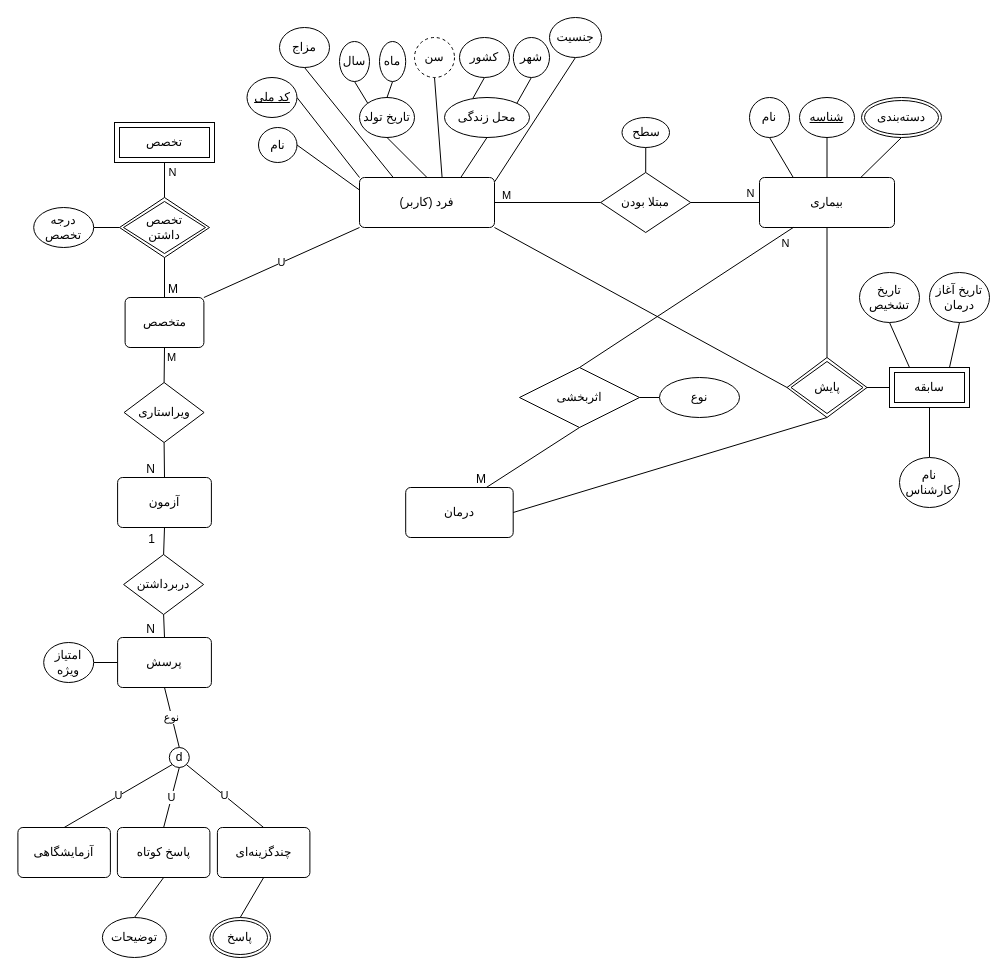
Before: diagrams/eer.drawio in machitgarha/darmana, a draw.io diagram. Source tidied: cells renumbered, new cells numbered last; positions are measured from the earlier drawing's top-left corner, leaving out a move shared by most shapes. Both pictures are drawn from the tidied source at 100%, with x=0, y=0 at pixel (17, 17).
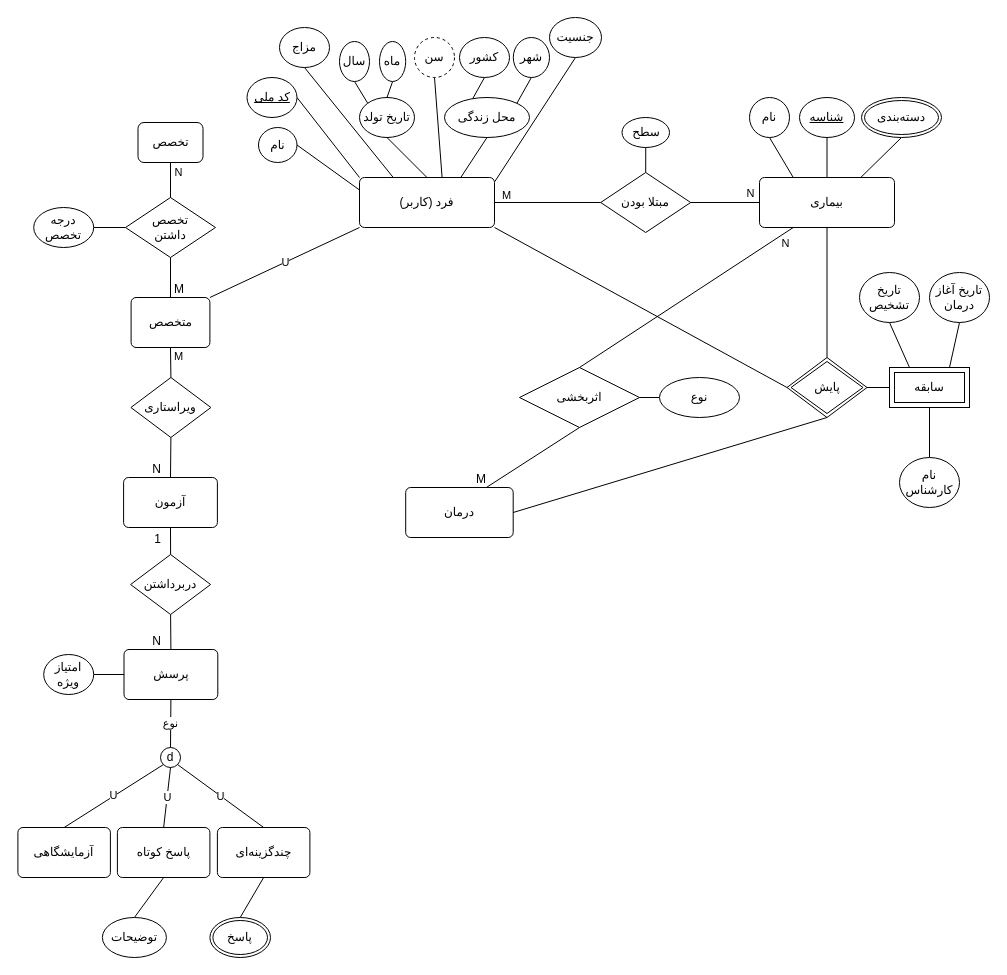
After the change.

Commit message:
EER: Make Expertise entity a strong one

Unchanged cells that the change refers to:
```xml
<mxCell id="20" value="درمان" style="rounded=1;arcSize=10;whiteSpace=wrap;html=1;align=center;" parent="1" vertex="1">
  <mxGeometry x="388.2" y="470" width="107.5" height="50" as="geometry" />
</mxCell>
<mxCell id="48" value="پایش" style="shape=rhombus;double=1;perimeter=rhombusPerimeter;whiteSpace=wrap;html=1;align=center;labelBackgroundColor=none;" parent="1" vertex="1">
  <mxGeometry x="769.5" y="340" width="80" height="60" as="geometry" />
</mxCell>
```

Change to the diagram source:
```diff
@@
     <mxCell id="16" value="&lt;div&gt;متخصص&lt;/div&gt;" style="rounded=1;arcSize=10;whiteSpace=wrap;html=1;align=center;" parent="1" vertex="1">
-      <mxGeometry x="107.6" y="280" width="78.8" height="50" as="geometry" />
+      <mxGeometry x="113.6" y="280" width="78.8" height="50" as="geometry" />
     </mxCell>
@@
     <mxCell id="21" value="آزمون" style="rounded=1;arcSize=10;whiteSpace=wrap;html=1;align=center;" parent="1" vertex="1">
-      <mxGeometry x="100.1" y="460" width="93.8" height="50" as="geometry" />
+      <mxGeometry x="106.1" y="460" width="93.8" height="50" as="geometry" />
     </mxCell>
@@
     <mxCell id="28" value="ویراستاری" style="shape=rhombus;perimeter=rhombusPerimeter;whiteSpace=wrap;html=1;align=center;" parent="1" vertex="1">
-      <mxGeometry x="106.6" y="365" width="80" height="60" as="geometry" />
+      <mxGeometry x="113.4" y="360" width="80" height="60" as="geometry" />
     </mxCell>
@@
     <mxCell id="32" value="d" style="ellipse;whiteSpace=wrap;html=1;" parent="1" vertex="1">
-      <mxGeometry x="151.8" y="730" width="20" height="20" as="geometry" />
+      <mxGeometry x="143" y="730" width="20" height="20" as="geometry" />
     </mxCell>
@@
     <mxCell id="44" value="امتیاز ویژه" style="ellipse;whiteSpace=wrap;html=1;align=center;" parent="1" vertex="1">
-      <mxGeometry x="26.2" y="625" width="50" height="40" as="geometry" />
+      <mxGeometry x="26.2" y="637" width="50" height="40" as="geometry" />
     </mxCell>
@@
     <mxCell id="51" style="endArrow=none;html=1;rounded=0;exitX=1;exitY=0.5;exitDx=0;exitDy=0;entryX=0.5;entryY=1;entryDx=0;entryDy=0;" parent="1" edge="1" source="20" target="48">
-      <mxGeometry relative="1" as="geometry" />
+      <mxGeometry x="0.94" y="-7" relative="1" as="geometry" />
     </mxCell>
@@
-    <mxCell id="83" value="&lt;div&gt;تخصص&lt;/div&gt;داشتن" style="shape=rhombus;double=1;perimeter=rhombusPerimeter;whiteSpace=wrap;html=1;align=center;labelBackgroundColor=none;" parent="1" vertex="1">
-      <mxGeometry x="102" y="180" width="90" height="60" as="geometry" />
+    <mxCell id="83" value="&lt;div&gt;تخصص&lt;/div&gt;داشتن" style="shape=rhombus;perimeter=rhombusPerimeter;whiteSpace=wrap;html=1;align=center;labelBackgroundColor=none;" parent="1" vertex="1">
+      <mxGeometry x="108" y="180" width="90" height="60" as="geometry" />
     </mxCell>
@@
-    <mxCell id="87" value="تخصص" style="shape=ext;margin=3;double=1;whiteSpace=wrap;html=1;align=center;labelBackgroundColor=none;" parent="1" vertex="1">
-      <mxGeometry x="97" y="105" width="100" height="40" as="geometry" />
+    <mxCell id="87" value="تخصص" style="rounded=1;shape=ext;margin=3;whiteSpace=wrap;html=1;align=center;labelBackgroundColor=none;" parent="1" vertex="1">
+      <mxGeometry x="120.5" y="105" width="65" height="40" as="geometry" />
     </mxCell>
@@
     <mxCell id="93" value="پرسش" style="rounded=1;arcSize=10;whiteSpace=wrap;html=1;align=center;" parent="1" vertex="1">
-      <mxGeometry x="100.1" y="620" width="93.8" height="50" as="geometry" />
+      <mxGeometry x="106.5" y="632" width="93.8" height="50" as="geometry" />
     </mxCell>
     <mxCell id="94" value="دربرداشتن" style="shape=rhombus;perimeter=rhombusPerimeter;whiteSpace=wrap;html=1;align=center;" parent="1" vertex="1">
-      <mxGeometry x="106.1" y="537" width="80" height="60" as="geometry" />
+      <mxGeometry x="113.1" y="537" width="80" height="60" as="geometry" />
     </mxCell>
```
